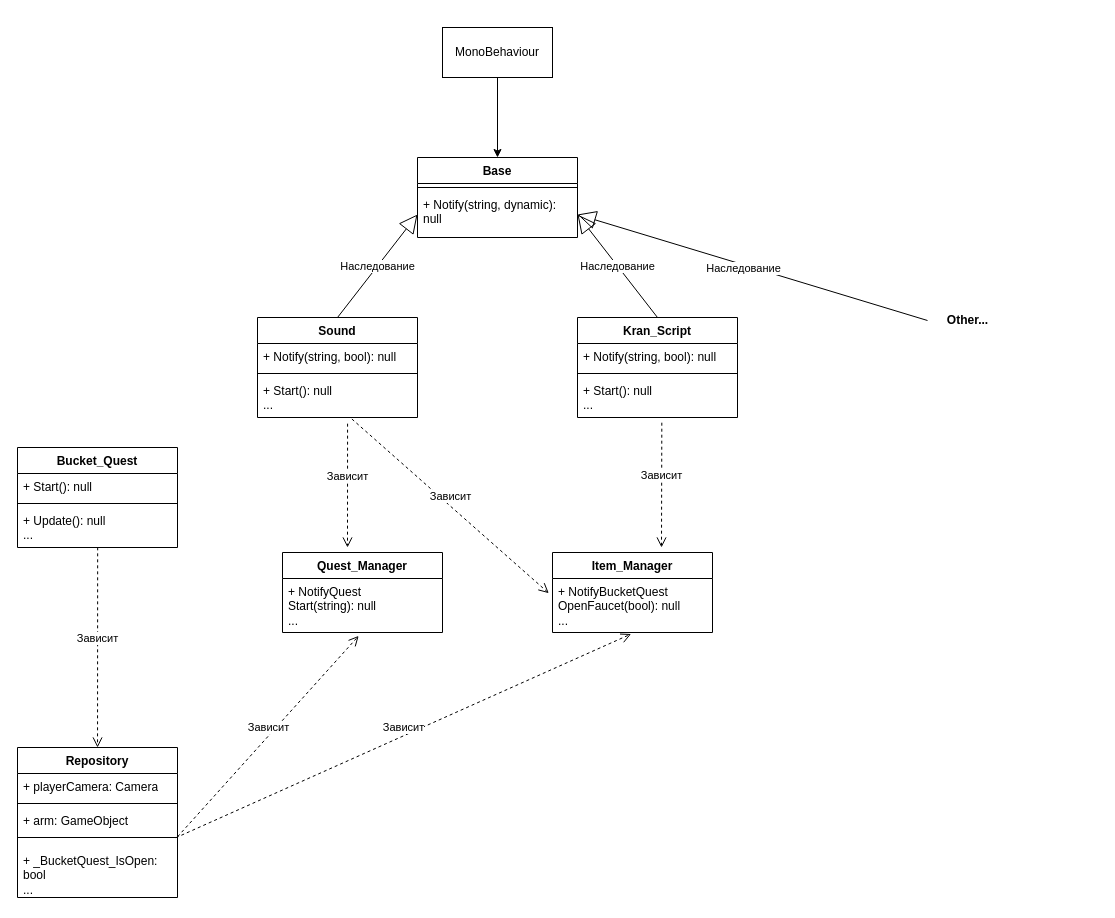
The draw.io diagram Диаграмма без названия.drawio in Ryize/Volma, before the edit. Source tidied: cells renumbered, new cells numbered last; positions are measured from the earlier drawing's top-left corner, leaving out a move shared by most shapes. Both pictures are drawn from the tidied source at 100%, with x=0, y=0 at pixel (17, 27).
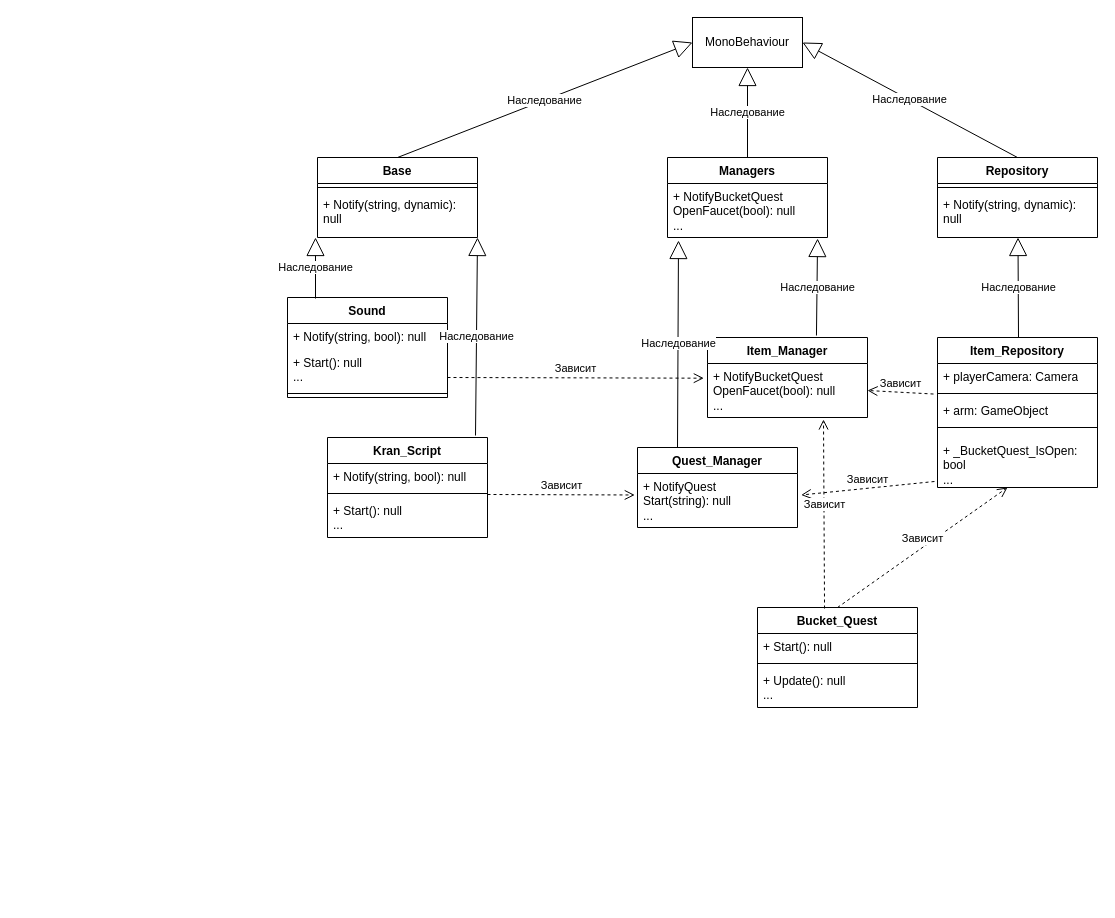
The same diagram, later.

Commit message:
Добавление базового репозитория и изменение зависимостей в диаграмме

Unchanged cells that the change refers to:
```xml
<mxCell id="6" value="+ Notify(string,&amp;nbsp;dynamic&lt;span style=&quot;background-color: initial;&quot;&gt;): null&lt;/span&gt;" style="text;strokeColor=none;fillColor=none;align=left;verticalAlign=top;spacingLeft=4;spacingRight=4;overflow=hidden;points=[[0,0.5],[1,0.5]];portConstraint=eastwest;whiteSpace=wrap;html=1;" parent="4" vertex="1">
  <mxGeometry y="34" width="160" height="46" as="geometry" />
</mxCell>
<mxCell id="14" value="+ Start(): null&lt;br&gt;..." style="text;strokeColor=none;fillColor=none;align=left;verticalAlign=top;spacingLeft=4;spacingRight=4;overflow=hidden;points=[[0,0.5],[1,0.5]];portConstraint=eastwest;whiteSpace=wrap;html=1;" parent="11" vertex="1">
  <mxGeometry y="60" width="160" height="40" as="geometry" />
</mxCell>
<mxCell id="21" value="+ NotifyBucketQuest&lt;br&gt;OpenFaucet(bool): null&lt;br&gt;..." style="text;strokeColor=none;fillColor=none;align=left;verticalAlign=top;spacingLeft=4;spacingRight=4;overflow=hidden;points=[[0,0.5],[1,0.5]];portConstraint=eastwest;whiteSpace=wrap;html=1;" parent="20" vertex="1">
  <mxGeometry y="26" width="160" height="54" as="geometry" />
</mxCell>
<mxCell id="23" value="+ NotifyQuest&lt;br&gt;Start(string): null&lt;br&gt;..." style="text;strokeColor=none;fillColor=none;align=left;verticalAlign=top;spacingLeft=4;spacingRight=4;overflow=hidden;points=[[0,0.5],[1,0.5]];portConstraint=eastwest;whiteSpace=wrap;html=1;" parent="22" vertex="1">
  <mxGeometry y="26" width="160" height="54" as="geometry" />
</mxCell>
<mxCell id="28" value="+ playerCamera: Camera" style="text;strokeColor=none;fillColor=none;align=left;verticalAlign=top;spacingLeft=4;spacingRight=4;overflow=hidden;points=[[0,0.5],[1,0.5]];portConstraint=eastwest;whiteSpace=wrap;html=1;" parent="27" vertex="1">
  <mxGeometry y="26" width="160" height="26" as="geometry" />
</mxCell>
<mxCell id="31" style="line;strokeWidth=1;fillColor=none;align=left;verticalAlign=middle;spacingTop=-1;spacingLeft=3;spacingRight=3;labelPosition=right;points=[];portConstraint=eastwest;strokeColor=inherit;" parent="27" vertex="1">
  <mxGeometry y="80" width="160" height="20" as="geometry" />
</mxCell>
<mxCell id="32" value="+&amp;nbsp;_BucketQuest_IsOpen&lt;span style=&quot;background-color: initial;&quot;&gt;: bool&lt;br&gt;...&lt;br&gt;&lt;/span&gt;" style="text;strokeColor=none;fillColor=none;align=left;verticalAlign=top;spacingLeft=4;spacingRight=4;overflow=hidden;points=[[0,0.5],[1,0.5]];portConstraint=eastwest;whiteSpace=wrap;html=1;" parent="27" vertex="1">
  <mxGeometry y="100" width="160" height="50" as="geometry" />
</mxCell>
<mxCell id="38" value="+ Update(): null&lt;br&gt;..." style="text;strokeColor=none;fillColor=none;align=left;verticalAlign=top;spacingLeft=4;spacingRight=4;overflow=hidden;points=[[0,0.5],[1,0.5]];portConstraint=eastwest;whiteSpace=wrap;html=1;" parent="35" vertex="1">
  <mxGeometry y="60" width="160" height="40" as="geometry" />
</mxCell>
```

Change to the diagram source:
```diff
@@
-    <mxCell id="2" style="edgeStyle=orthogonalEdgeStyle;rounded=0;jettySize=auto;html=1;entryX=0.5;entryY=0;entryDx=0;entryDy=0;" parent="1" edge="1" source="3" target="4">
-      <mxGeometry relative="1" as="geometry" />
-    </mxCell>
     <mxCell id="3" value="MonoBehaviour" style="html=1;whiteSpace=wrap;" parent="1" vertex="1">
-      <mxGeometry x="425" width="110" height="50" as="geometry" />
+      <mxGeometry x="675" y="-10" width="110" height="50" as="geometry" />
     </mxCell>
     <mxCell id="4" value="Base" style="swimlane;fontStyle=1;align=center;verticalAlign=top;horizontal=1;startSize=26;whiteSpace=wrap;html=1;" parent="1" vertex="1">
-      <mxGeometry x="400" y="130" width="160" height="80" as="geometry" />
+      <mxGeometry x="300" y="130" width="160" height="80" as="geometry" />
     </mxCell>
@@
     <mxCell id="7" value="Sound" style="swimlane;fontStyle=1;align=center;verticalAlign=top;horizontal=1;startSize=26;whiteSpace=wrap;html=1;" parent="1" vertex="1">
-      <mxGeometry x="240" y="290" width="160" height="100" as="geometry" />
+      <mxGeometry x="270" y="270" width="160" height="100" as="geometry" />
     </mxCell>
@@
+    <mxCell id="10" value="+ Start(): null&lt;br&gt;..." style="text;strokeColor=none;fillColor=none;align=left;verticalAlign=top;spacingLeft=4;spacingRight=4;overflow=hidden;points=[[0,0.5],[1,0.5]];portConstraint=eastwest;whiteSpace=wrap;html=1;" parent="7" vertex="1">
+      <mxGeometry y="52" width="160" height="40" as="geometry" />
+    </mxCell>
     <mxCell id="9" style="line;strokeWidth=1;fillColor=none;align=left;verticalAlign=middle;spacingTop=-1;spacingLeft=3;spacingRight=3;labelPosition=right;strokeColor=inherit;" parent="7" vertex="1">
-      <mxGeometry y="52" width="160" height="8" as="geometry" />
+      <mxGeometry y="92" width="160" height="8" as="geometry" />
     </mxCell>
-    <mxCell id="10" value="+ Start(): null&lt;br&gt;..." style="text;strokeColor=none;fillColor=none;align=left;verticalAlign=top;spacingLeft=4;spacingRight=4;overflow=hidden;points=[[0,0.5],[1,0.5]];portConstraint=eastwest;whiteSpace=wrap;html=1;" parent="7" vertex="1">
-      <mxGeometry y="60" width="160" height="40" as="geometry" />
-    </mxCell>
     <mxCell id="11" value="Kran_Script" style="swimlane;fontStyle=1;align=center;verticalAlign=top;horizontal=1;startSize=26;whiteSpace=wrap;html=1;" parent="1" vertex="1">
-      <mxGeometry x="560" y="290" width="160" height="100" as="geometry" />
+      <mxGeometry x="310" y="410" width="160" height="100" as="geometry" />
     </mxCell>
@@
-    <mxCell id="15" value="Наследование" style="endArrow=block;endSize=16;endFill=0;html=1;rounded=0;entryX=1;entryY=0.5;entryDx=0;entryDy=0;exitX=0.5;exitY=0;exitDx=0;exitDy=0;" parent="1" edge="1" source="11" target="6">
-      <mxGeometry relative="1" as="geometry" />
+    <mxCell id="15" value="Наследование" style="endArrow=block;endSize=16;endFill=0;html=1;rounded=0;exitX=0.925;exitY=-0.02;exitDx=0;exitDy=0;exitPerimeter=0;" parent="1" edge="1" source="11">
+      <mxGeometry relative="1" as="geometry">
+        <mxPoint x="460" y="210" as="targetPoint" />
+      </mxGeometry>
     </mxCell>
-    <mxCell id="16" value="Наследование" style="endArrow=block;endSize=16;endFill=0;html=1;rounded=0;exitX=0.5;exitY=0;exitDx=0;exitDy=0;entryX=0;entryY=0.5;entryDx=0;entryDy=0;" parent="1" edge="1" source="7" target="6">
-      <mxGeometry relative="1" as="geometry" />
+    <mxCell id="16" value="Наследование" style="endArrow=block;endSize=16;endFill=0;html=1;rounded=0;exitX=0.175;exitY=0.01;exitDx=0;exitDy=0;exitPerimeter=0;" parent="1" edge="1" source="7">
+      <mxGeometry relative="1" as="geometry">
+        <mxPoint x="298" y="210" as="targetPoint" />
+      </mxGeometry>
     </mxCell>
-    <mxCell id="17" style="endArrow=block;endSize=16;endFill=0;html=1;rounded=0;entryX=1;entryY=0.5;entryDx=0;entryDy=0;exitX=0;exitY=0.5;exitDx=0;exitDy=0;" parent="1" edge="1" source="19" target="6">
-      <mxGeometry relative="1" as="geometry" />
-    </mxCell>
-    <mxCell id="18" value="Наследование" style="edgeLabel;html=1;align=center;verticalAlign=middle;" parent="17" vertex="1">
-      <mxGeometry x="0.05" y="3" relative="1" as="geometry" />
-    </mxCell>
-    <mxCell id="19" value="Other..." style="text;align=center;fontStyle=1;verticalAlign=middle;spacingLeft=3;spacingRight=3;strokeColor=none;points=[[0,0.5],[1,0.5]];portConstraint=eastwest;html=1;" parent="1" vertex="1">
-      <mxGeometry x="910" y="280" width="80" height="26" as="geometry" />
-    </mxCell>
     <mxCell id="20" value="Item_Manager" style="swimlane;fontStyle=1;align=center;verticalAlign=top;horizontal=1;startSize=26;whiteSpace=wrap;html=1;" parent="1" vertex="1">
-      <mxGeometry x="535" y="525" width="160" height="80" as="geometry" />
+      <mxGeometry x="690" y="310" width="160" height="80" as="geometry" />
     </mxCell>
@@
     <mxCell id="22" value="Quest_Manager" style="swimlane;fontStyle=1;align=center;verticalAlign=top;horizontal=1;startSize=26;whiteSpace=wrap;html=1;" parent="1" vertex="1">
-      <mxGeometry x="265" y="525" width="160" height="80" as="geometry" />
+      <mxGeometry x="620" y="420" width="160" height="80" as="geometry" />
     </mxCell>
@@
-    <mxCell id="24" value="Зависит" style="html=1;verticalAlign=bottom;endArrow=open;dashed=1;endSize=8;curved=0;rounded=0;exitX=0.59;exitY=1.038;exitDx=0;exitDy=0;exitPerimeter=0;entryX=-0.023;entryY=0.272;entryDx=0;entryDy=0;entryPerimeter=0;" parent="1" edge="1" source="10" target="21">
+    <mxCell id="24" value="Зависит" style="html=1;verticalAlign=bottom;endArrow=open;dashed=1;endSize=8;curved=0;rounded=0;entryX=-0.023;entryY=0.272;entryDx=0;entryDy=0;entryPerimeter=0;exitX=1;exitY=0.7;exitDx=0;exitDy=0;exitPerimeter=0;" parent="1" edge="1" source="10" target="21">
       <mxGeometry relative="1" as="geometry" />
     </mxCell>
-    <mxCell id="25" value="Зависит" style="html=1;verticalAlign=bottom;endArrow=open;dashed=1;endSize=8;curved=0;rounded=0;exitX=0.563;exitY=1.154;exitDx=0;exitDy=0;exitPerimeter=0;" parent="1" edge="1" source="10">
-      <mxGeometry relative="1" as="geometry">
-        <mxPoint x="330" y="520" as="targetPoint" />
-      </mxGeometry>
-    </mxCell>
-    <mxCell id="26" value="Зависит" style="html=1;verticalAlign=bottom;endArrow=open;dashed=1;endSize=8;curved=0;rounded=0;exitX=0.527;exitY=1.13;exitDx=0;exitDy=0;exitPerimeter=0;" parent="1" edge="1" source="14">
-      <mxGeometry relative="1" as="geometry">
-        <mxPoint x="644" y="520" as="targetPoint" />
-      </mxGeometry>
+    <mxCell id="26" value="Зависит" style="html=1;verticalAlign=bottom;endArrow=open;dashed=1;endSize=8;curved=0;rounded=0;exitX=1;exitY=-0.075;exitDx=0;exitDy=0;exitPerimeter=0;entryX=-0.017;entryY=0.398;entryDx=0;entryDy=0;entryPerimeter=0;" parent="1" edge="1" source="14" target="23">
+      <mxGeometry relative="1" as="geometry" />
     </mxCell>
-    <mxCell id="27" value="Repository" style="swimlane;fontStyle=1;align=center;verticalAlign=top;horizontal=1;startSize=26;whiteSpace=wrap;html=1;" parent="1" vertex="1">
-      <mxGeometry y="720" width="160" height="150" as="geometry" />
+    <mxCell id="27" value="Item_Repository" style="swimlane;fontStyle=1;align=center;verticalAlign=top;horizontal=1;startSize=26;whiteSpace=wrap;html=1;" parent="1" vertex="1">
+      <mxGeometry x="920" y="310" width="160" height="150" as="geometry" />
     </mxCell>
@@
-    <mxCell id="33" value="Зависит" style="html=1;verticalAlign=bottom;endArrow=open;dashed=1;endSize=8;curved=0;rounded=0;exitX=1.001;exitY=0.457;exitDx=0;exitDy=0;exitPerimeter=0;entryX=0.476;entryY=1.063;entryDx=0;entryDy=0;entryPerimeter=0;" parent="1" edge="1" source="31" target="23">
+    <mxCell id="33" value="Зависит" style="html=1;verticalAlign=bottom;endArrow=open;dashed=1;endSize=8;curved=0;rounded=0;exitX=-0.019;exitY=0.88;exitDx=0;exitDy=0;exitPerimeter=0;entryX=1.023;entryY=0.398;entryDx=0;entryDy=0;entryPerimeter=0;" parent="1" edge="1" source="32" target="23">
       <mxGeometry relative="1" as="geometry" />
     </mxCell>
-    <mxCell id="34" value="Зависит" style="html=1;verticalAlign=bottom;endArrow=open;dashed=1;endSize=8;curved=0;rounded=0;entryX=0.491;entryY=1.028;entryDx=0;entryDy=0;entryPerimeter=0;exitX=0.99;exitY=0.511;exitDx=0;exitDy=0;exitPerimeter=0;" parent="1" edge="1" source="31" target="21">
+    <mxCell id="34" value="Зависит" style="html=1;verticalAlign=bottom;endArrow=open;dashed=1;endSize=8;curved=0;rounded=0;exitX=-0.025;exitY=1.174;exitDx=0;exitDy=0;exitPerimeter=0;entryX=1;entryY=0.5;entryDx=0;entryDy=0;" parent="1" edge="1" source="28" target="21">
       <mxGeometry relative="1" as="geometry" />
     </mxCell>
     <mxCell id="35" value="Bucket_Quest" style="swimlane;fontStyle=1;align=center;verticalAlign=top;horizontal=1;startSize=26;whiteSpace=wrap;html=1;" parent="1" vertex="1">
-      <mxGeometry y="420" width="160" height="100" as="geometry" />
+      <mxGeometry x="740" y="580" width="160" height="100" as="geometry" />
     </mxCell>
@@
-    <mxCell id="39" value="Зависит" style="html=1;verticalAlign=bottom;endArrow=open;dashed=1;endSize=8;curved=0;rounded=0;exitX=0.501;exitY=0.996;exitDx=0;exitDy=0;exitPerimeter=0;" parent="1" edge="1" source="38" target="27">
-      <mxGeometry relative="1" as="geometry" />
+    <mxCell id="39" value="Зависит" style="html=1;verticalAlign=bottom;endArrow=open;dashed=1;endSize=8;curved=0;rounded=0;exitX=0.5;exitY=0;exitDx=0;exitDy=0;" parent="1" edge="1" source="35">
+      <mxGeometry relative="1" as="geometry">
+        <mxPoint x="990" y="460" as="targetPoint" />
+      </mxGeometry>
     </mxCell>
+    <mxCell id="40" value="Repository" style="swimlane;fontStyle=1;align=center;verticalAlign=top;horizontal=1;startSize=26;whiteSpace=wrap;html=1;" parent="1" vertex="1">
+      <mxGeometry x="920" y="130" width="160" height="80" as="geometry" />
+    </mxCell>
+    <mxCell id="41" style="line;strokeWidth=1;fillColor=none;align=left;verticalAlign=middle;spacingTop=-1;spacingLeft=3;spacingRight=3;labelPosition=right;strokeColor=inherit;" parent="40" vertex="1">
+      <mxGeometry y="26" width="160" height="8" as="geometry" />
+    </mxCell>
+    <mxCell id="42" value="+ Notify(string,&amp;nbsp;dynamic&lt;span style=&quot;background-color: initial;&quot;&gt;): null&lt;/span&gt;" style="text;strokeColor=none;fillColor=none;align=left;verticalAlign=top;spacingLeft=4;spacingRight=4;overflow=hidden;whiteSpace=wrap;html=1;" parent="40" vertex="1">
+      <mxGeometry y="34" width="160" height="46" as="geometry" />
+    </mxCell>
+    <mxCell id="43" value="Managers" style="swimlane;fontStyle=1;align=center;verticalAlign=top;horizontal=1;startSize=26;whiteSpace=wrap;html=1;" parent="1" vertex="1">
+      <mxGeometry x="650" y="130" width="160" height="80" as="geometry" />
+    </mxCell>
+    <mxCell id="44" value="+ NotifyBucketQuest&lt;br&gt;OpenFaucet(bool): null&lt;br&gt;..." style="text;strokeColor=none;fillColor=none;align=left;verticalAlign=top;spacingLeft=4;spacingRight=4;overflow=hidden;points=[[0,0.5],[1,0.5]];portConstraint=eastwest;whiteSpace=wrap;html=1;" parent="43" vertex="1">
+      <mxGeometry y="26" width="160" height="54" as="geometry" />
+    </mxCell>
+    <mxCell id="45" value="Наследование" style="endArrow=block;endSize=16;endFill=0;html=1;rounded=0;entryX=0.938;entryY=1.019;entryDx=0;entryDy=0;entryPerimeter=0;exitX=0.681;exitY=-0.025;exitDx=0;exitDy=0;exitPerimeter=0;" parent="1" edge="1" source="20" target="44">
+      <mxGeometry relative="1" as="geometry" />
+    </mxCell>
+    <mxCell id="46" value="Наследование" style="endArrow=block;endSize=16;endFill=0;html=1;rounded=0;entryX=0.5;entryY=1;entryDx=0;entryDy=0;exitX=0.5;exitY=0;exitDx=0;exitDy=0;" parent="1" edge="1" source="43" target="3">
+      <mxGeometry relative="1" as="geometry" />
+    </mxCell>
+    <mxCell id="47" value="Наследование" style="endArrow=block;endSize=16;endFill=0;html=1;rounded=0;entryX=1;entryY=0.5;entryDx=0;entryDy=0;exitX=0.5;exitY=0;exitDx=0;exitDy=0;" parent="1" edge="1" source="40" target="3">
+      <mxGeometry relative="1" as="geometry" />
+    </mxCell>
+    <mxCell id="48" value="Наследование" style="endArrow=block;endSize=16;endFill=0;html=1;rounded=0;entryX=0;entryY=0.5;entryDx=0;entryDy=0;exitX=0.5;exitY=0;exitDx=0;exitDy=0;" parent="1" edge="1" source="4" target="3">
+      <mxGeometry relative="1" as="geometry" />
+    </mxCell>
+    <mxCell id="49" value="Наследование" style="endArrow=block;endSize=16;endFill=0;html=1;rounded=0;entryX=0.504;entryY=1.059;entryDx=0;entryDy=0;entryPerimeter=0;" parent="1" edge="1">
+      <mxGeometry relative="1" as="geometry">
+        <mxPoint x="1001" y="310" as="sourcePoint" />
+        <mxPoint x="1000.5" y="210" as="targetPoint" />
+      </mxGeometry>
+    </mxCell>
+    <mxCell id="50" value="Наследование" style="endArrow=block;endSize=16;endFill=0;html=1;rounded=0;entryX=0.504;entryY=1.059;entryDx=0;entryDy=0;entryPerimeter=0;exitX=0.25;exitY=0;exitDx=0;exitDy=0;" parent="1" edge="1" source="22">
+      <mxGeometry relative="1" as="geometry">
+        <mxPoint x="661" y="213" as="targetPoint" />
+      </mxGeometry>
+    </mxCell>
+    <mxCell id="25" value="Зависит" style="html=1;verticalAlign=bottom;endArrow=open;dashed=1;endSize=8;curved=0;rounded=0;exitX=0.419;exitY=0.01;exitDx=0;exitDy=0;entryX=0.725;entryY=1.037;entryDx=0;entryDy=0;entryPerimeter=0;exitPerimeter=0;" parent="1" edge="1" source="35" target="21">
+      <mxGeometry relative="1" as="geometry" />
+    </mxCell>
```
